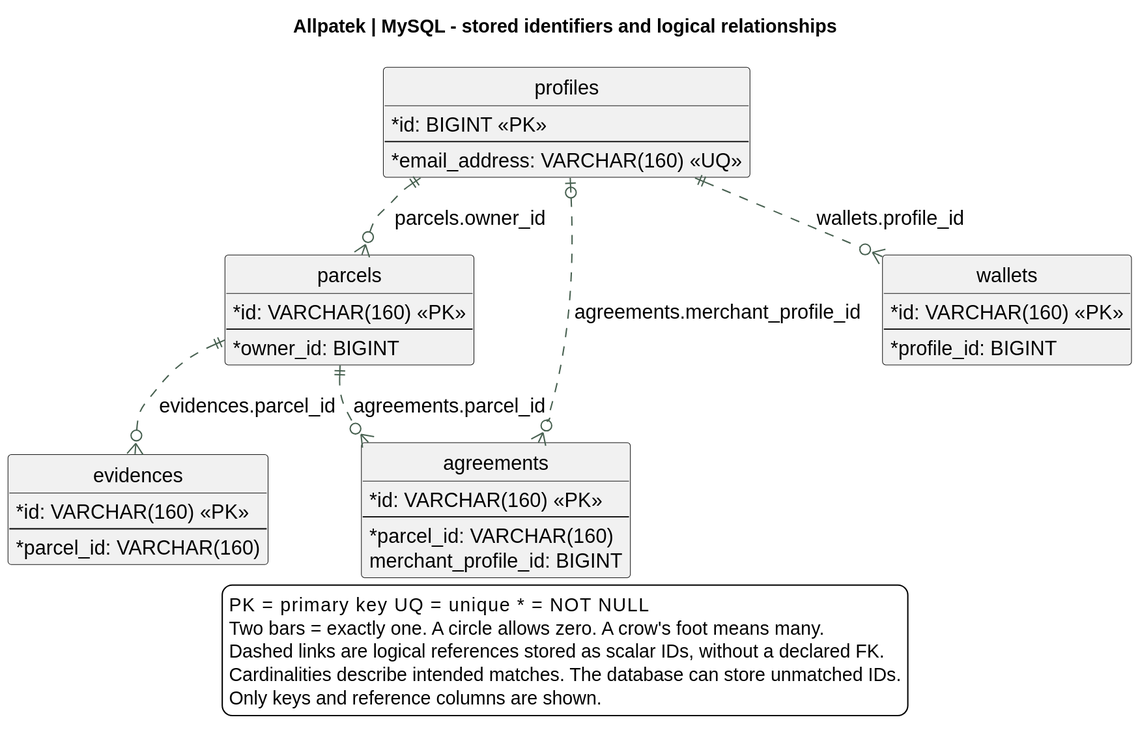
Before: assets/chapter-04/architecture/20-database-overview.svg, a diagram exported from PlantUML (upc-pre-202620-1asi0729-7753-Terranova/allpatek-report). Its diagram source:
```plantuml
@startuml
!pragma layout smetana
skinparam backgroundColor white
skinparam defaultFontName SansSerif
skinparam defaultFontSize 15
skinparam shadowing false
skinparam classAttributeIconSize 0
skinparam ArrowColor #476050
skinparam dpi 140
hide methods
hide circle
top to bottom direction
title Allpatek | MySQL - stored identifiers and logical relationships

entity "profiles" as profile {
  {field} * id: BIGINT <<PK>>
  --
  {field} * email_address: VARCHAR(160) <<UQ>>
}
entity "parcels" as parcel {
  {field} * id: VARCHAR(160) <<PK>>
  --
  {field} * owner_id: BIGINT
}
entity "agreements" as agreement {
  {field} * id: VARCHAR(160) <<PK>>
  --
  {field} * parcel_id: VARCHAR(160)
  {field} merchant_profile_id: BIGINT
}
entity "wallets" as wallet {
  {field} * id: VARCHAR(160) <<PK>>
  --
  {field} * profile_id: BIGINT
}
entity "evidences" as evidence {
  {field} * id: VARCHAR(160) <<PK>>
  --
  {field} * parcel_id: VARCHAR(160)
}

profile ||..o{ parcel : parcels.owner_id
profile |o..o{ agreement : agreements.merchant_profile_id
profile ||..o{ wallet : wallets.profile_id
parcel ||..o{ agreement : agreements.parcel_id
parcel ||..o{ evidence : evidences.parcel_id

legend bottom
  PK = primary key     UQ = unique     * = NOT NULL
  Two bars = exactly one. A circle allows zero. A crow's foot means many.
  Dashed links are logical references stored as scalar IDs, without a declared FK.
  Cardinalities describe intended matches. The database can store unmatched IDs.
  Only keys and reference columns are shown.
endlegend
@enduml
```
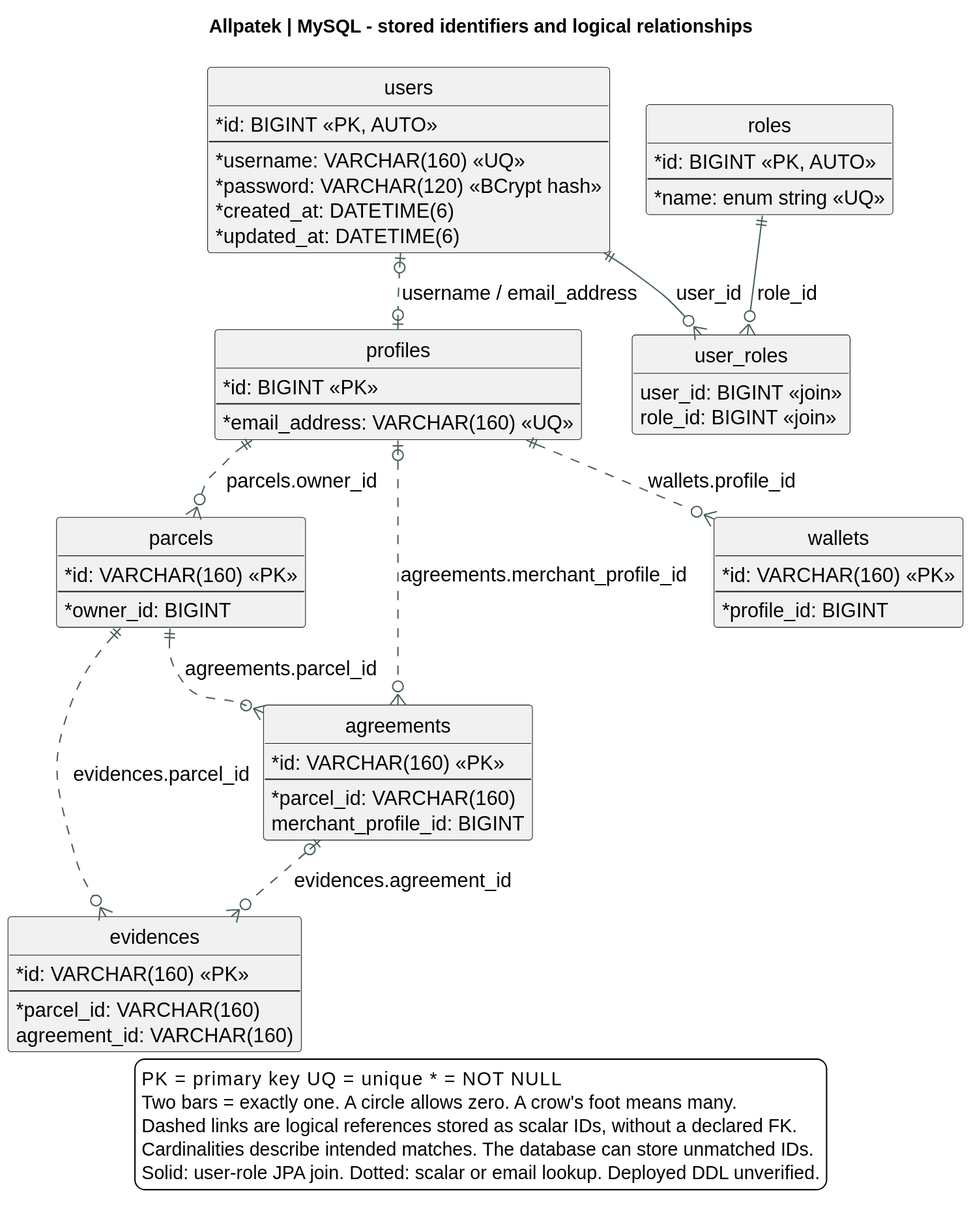
After the commit.

Commit message:
docs(database): reconcile the eight Sprint 4 tables

Diff of the diagram source:
```diff
@@ -37,19 +37,41 @@
   {field} * id: VARCHAR(160) <<PK>>
   --
   {field} * parcel_id: VARCHAR(160)
+  {field} agreement_id: VARCHAR(160)
 }
 
+entity "users" as usr {
+  {field} * id: BIGINT <<PK, AUTO>>
+  --
+  {field} * username: VARCHAR(160) <<UQ>>
+  {field} * password: VARCHAR(120) <<BCrypt hash>>
+  {field} * created_at: DATETIME(6)
+  {field} * updated_at: DATETIME(6)
+}
+entity "roles" as role {
+  {field} * id: BIGINT <<PK, AUTO>>
+  --
+  {field} * name: enum string <<UQ>>
+}
+entity "user_roles" as ur {
+  {field} user_id: BIGINT <<join>>
+  {field} role_id: BIGINT <<join>>
+}
+usr ||--o{ ur : user_id
+role ||--o{ ur : role_id
+usr |o..o| profile : username / email_address
 profile ||..o{ parcel : parcels.owner_id
 profile |o..o{ agreement : agreements.merchant_profile_id
 profile ||..o{ wallet : wallets.profile_id
 parcel ||..o{ agreement : agreements.parcel_id
 parcel ||..o{ evidence : evidences.parcel_id
+agreement |o..o{ evidence : evidences.agreement_id
 
 legend bottom
   PK = primary key     UQ = unique     * = NOT NULL
   Two bars = exactly one. A circle allows zero. A crow's foot means many.
   Dashed links are logical references stored as scalar IDs, without a declared FK.
   Cardinalities describe intended matches. The database can store unmatched IDs.
-  Only keys and reference columns are shown.
+  Solid: user-role JPA join. Dotted: scalar or email lookup. Deployed DDL unverified.
 endlegend
 @enduml
```
